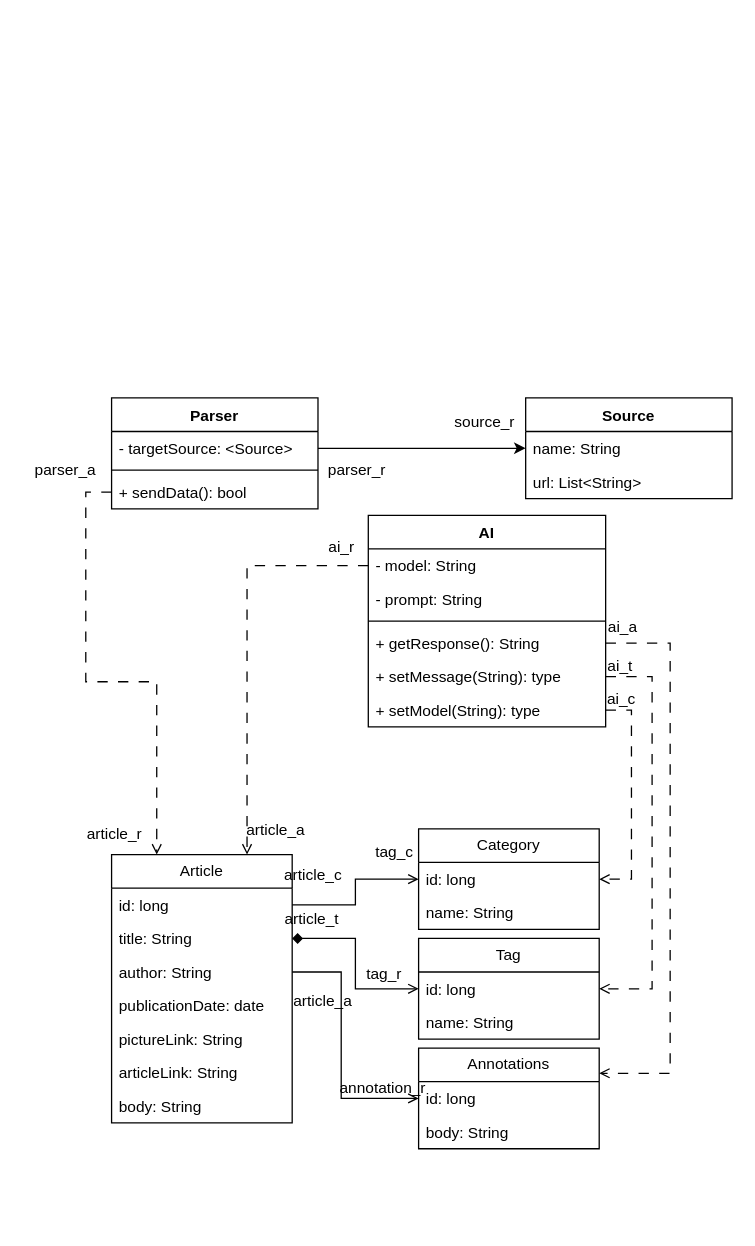
Before: Диаграммы/ClassDiagram.drawio in 0hJonny/Diplom_60701_, a draw.io diagram. Source tidied: cells renumbered, new cells numbered last; positions are measured from the earlier drawing's top-left corner, leaving out a move shared by most shapes. Both pictures are drawn from the tidied source at 129%, with x=0, y=0 at pixel (22, 397).
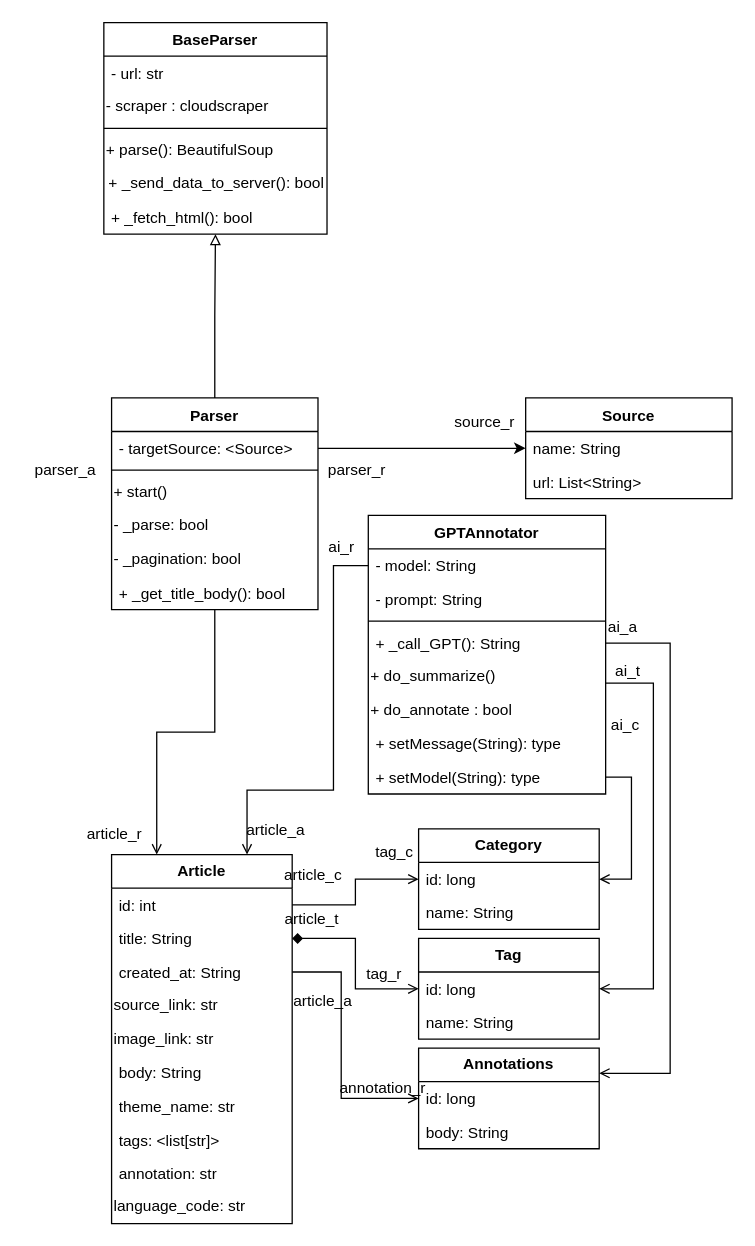
Above is the later version.

The change refers to these unchanged cells:
```xml
<mxCell id="11" value="id: long" style="text;strokeColor=none;fillColor=none;align=left;verticalAlign=top;spacingLeft=4;spacingRight=4;overflow=hidden;points=[[0,0.5],[1,0.5]];portConstraint=eastwest;whiteSpace=wrap;html=1;" parent="10" vertex="1">
  <mxGeometry y="26" width="140" height="26" as="geometry" />
</mxCell>
<mxCell id="14" value="id: long" style="text;strokeColor=none;fillColor=none;align=left;verticalAlign=top;spacingLeft=4;spacingRight=4;overflow=hidden;points=[[0,0.5],[1,0.5]];portConstraint=eastwest;whiteSpace=wrap;html=1;" parent="13" vertex="1">
  <mxGeometry y="26" width="140" height="26" as="geometry" />
</mxCell>
<mxCell id="24" value="- model: String" style="text;strokeColor=none;fillColor=none;align=left;verticalAlign=top;spacingLeft=4;spacingRight=4;overflow=hidden;points=[[0,0.5],[1,0.5]];portConstraint=eastwest;whiteSpace=wrap;html=1;" parent="23" vertex="1">
  <mxGeometry y="26" width="184" height="26" as="geometry" />
</mxCell>
```

The edit, as a diff of the source:
```diff
@@
-    <mxCell id="2" value="Article" style="swimlane;fontStyle=0;horizontal=1;startSize=26;fillColor=none;whiteSpace=wrap;html=1;" parent="1" vertex="1">
-      <mxGeometry x="69" y="354" width="140" height="208" as="geometry" />
+    <mxCell id="2" value="&lt;b&gt;Article&lt;/b&gt;" style="swimlane;fontStyle=0;horizontal=1;startSize=26;fillColor=none;whiteSpace=wrap;html=1;" parent="1" vertex="1">
+      <mxGeometry x="69" y="354" width="140" height="286" as="geometry" />
     </mxCell>
-    <mxCell id="3" value="id: long" style="text;strokeColor=none;fillColor=none;align=left;verticalAlign=top;spacingLeft=4;spacingRight=4;overflow=hidden;points=[[0,0.5],[1,0.5]];portConstraint=eastwest;whiteSpace=wrap;html=1;" parent="2" vertex="1">
+    <mxCell id="3" value="id: int" style="text;strokeColor=none;fillColor=none;align=left;verticalAlign=top;spacingLeft=4;spacingRight=4;overflow=hidden;points=[[0,0.5],[1,0.5]];portConstraint=eastwest;whiteSpace=wrap;html=1;" parent="2" vertex="1">
       <mxGeometry y="26" width="140" height="26" as="geometry" />
     </mxCell>
@@
-    <mxCell id="5" value="author: String" style="text;strokeColor=none;fillColor=none;align=left;verticalAlign=top;spacingLeft=4;spacingRight=4;overflow=hidden;points=[[0,0.5],[1,0.5]];portConstraint=eastwest;whiteSpace=wrap;html=1;" parent="2" vertex="1">
+    <mxCell id="5" value="created_at: String" style="text;strokeColor=none;fillColor=none;align=left;verticalAlign=top;spacingLeft=4;spacingRight=4;overflow=hidden;points=[[0,0.5],[1,0.5]];portConstraint=eastwest;whiteSpace=wrap;html=1;" parent="2" vertex="1">
       <mxGeometry y="78" width="140" height="26" as="geometry" />
     </mxCell>
+    <mxCell id="57" value="source_link: str" style="text;html=1;align=left;verticalAlign=middle;strokeColor=none;fillColor=none;" parent="2" vertex="1">
+      <mxGeometry y="104" width="140" height="26" as="geometry" />
+    </mxCell>
+    <mxCell id="58" value="image_link: str" style="text;html=1;align=left;verticalAlign=middle;strokeColor=none;fillColor=none;" parent="2" vertex="1">
+      <mxGeometry y="130" width="140" height="26" as="geometry" />
+    </mxCell>
+    <mxCell id="9" value="body: String" style="text;strokeColor=none;fillColor=none;align=left;verticalAlign=top;spacingLeft=4;spacingRight=4;overflow=hidden;whiteSpace=wrap;html=1;" parent="2" vertex="1">
+      <mxGeometry y="156" width="140" height="26" as="geometry" />
+    </mxCell>
-    <mxCell id="6" value="publicationDate: date" style="text;strokeColor=none;fillColor=none;align=left;verticalAlign=top;spacingLeft=4;spacingRight=4;overflow=hidden;whiteSpace=wrap;html=1;" parent="2" vertex="1">
-      <mxGeometry y="104" width="140" height="26" as="geometry" />
+    <mxCell id="6" value="theme_name: str" style="text;strokeColor=none;fillColor=none;align=left;verticalAlign=top;spacingLeft=4;spacingRight=4;overflow=hidden;whiteSpace=wrap;html=1;" parent="2" vertex="1">
+      <mxGeometry y="182" width="140" height="26" as="geometry" />
     </mxCell>
-    <mxCell id="7" value="pictureLink: String" style="text;strokeColor=none;fillColor=none;align=left;verticalAlign=top;spacingLeft=4;spacingRight=4;overflow=hidden;whiteSpace=wrap;html=1;" parent="2" vertex="1">
-      <mxGeometry y="130" width="140" height="26" as="geometry" />
+    <mxCell id="7" value="tags: &amp;lt;list[str]&amp;gt;" style="text;strokeColor=none;fillColor=none;align=left;verticalAlign=top;spacingLeft=4;spacingRight=4;overflow=hidden;whiteSpace=wrap;html=1;" parent="2" vertex="1">
+      <mxGeometry y="208" width="140" height="26" as="geometry" />
     </mxCell>
-    <mxCell id="8" value="articleLink: String" style="text;strokeColor=none;fillColor=none;align=left;verticalAlign=top;spacingLeft=4;spacingRight=4;overflow=hidden;whiteSpace=wrap;html=1;" parent="2" vertex="1">
-      <mxGeometry y="156" width="140" height="26" as="geometry" />
+    <mxCell id="8" value="annotation: str" style="text;strokeColor=none;fillColor=none;align=left;verticalAlign=top;spacingLeft=4;spacingRight=4;overflow=hidden;whiteSpace=wrap;html=1;" parent="2" vertex="1">
+      <mxGeometry y="234" width="140" height="26" as="geometry" />
     </mxCell>
-    <mxCell id="9" value="body: String" style="text;strokeColor=none;fillColor=none;align=left;verticalAlign=top;spacingLeft=4;spacingRight=4;overflow=hidden;whiteSpace=wrap;html=1;" parent="2" vertex="1">
-      <mxGeometry y="182" width="140" height="26" as="geometry" />
-    </mxCell>
+    <mxCell id="59" value="language_code: str" style="text;html=1;align=left;verticalAlign=middle;strokeColor=none;fillColor=none;" parent="2" vertex="1">
+      <mxGeometry y="260" width="140" height="26" as="geometry" />
+    </mxCell>
-    <mxCell id="10" value="Category" style="swimlane;fontStyle=0;horizontal=1;startSize=26;fillColor=none;whiteSpace=wrap;html=1;" parent="1" vertex="1">
+    <mxCell id="10" value="&lt;b&gt;Category&lt;/b&gt;" style="swimlane;fontStyle=0;horizontal=1;startSize=26;fillColor=none;whiteSpace=wrap;html=1;" parent="1" vertex="1">
       <mxGeometry x="307" y="334" width="140" height="78" as="geometry" />
     </mxCell>
@@
-    <mxCell id="13" value="Tag" style="swimlane;fontStyle=0;horizontal=1;startSize=26;fillColor=none;whiteSpace=wrap;html=1;" parent="1" vertex="1">
+    <mxCell id="13" value="&lt;b&gt;Tag&lt;/b&gt;" style="swimlane;fontStyle=0;horizontal=1;startSize=26;fillColor=none;whiteSpace=wrap;html=1;" parent="1" vertex="1">
       <mxGeometry x="307" y="419" width="140" height="78" as="geometry" />
     </mxCell>
@@
-    <mxCell id="16" value="Annotations" style="swimlane;fontStyle=0;horizontal=1;startSize=26;fillColor=none;whiteSpace=wrap;html=1;" parent="1" vertex="1">
+    <mxCell id="16" value="&lt;b&gt;Annotations&lt;/b&gt;" style="swimlane;fontStyle=0;horizontal=1;startSize=26;fillColor=none;whiteSpace=wrap;html=1;" parent="1" vertex="1">
       <mxGeometry x="307" y="504" width="140" height="78" as="geometry" />
     </mxCell>
@@
-    <mxCell id="22" style="edgeStyle=orthogonalEdgeStyle;rounded=0;jettySize=auto;html=1;entryX=0.75;entryY=0;entryDx=0;entryDy=0;endArrow=open;endFill=0;exitX=0;exitY=0.5;exitDx=0;exitDy=0;dashed=1;dashPattern=8 8;" parent="1" edge="1" source="24" target="2">
-      <mxGeometry relative="1" as="geometry" />
+    <mxCell id="22" style="edgeStyle=orthogonalEdgeStyle;rounded=0;jettySize=auto;html=1;entryX=0.75;entryY=0;entryDx=0;entryDy=0;endArrow=open;endFill=0;exitX=0;exitY=0.5;exitDx=0;exitDy=0;" parent="1" edge="1" source="24" target="2">
+      <mxGeometry relative="1" as="geometry">
+        <Array as="points">
+          <mxPoint x="241" y="130" />
+          <mxPoint x="241" y="304" />
+          <mxPoint x="174" y="304" />
+        </Array>
+      </mxGeometry>
     </mxCell>
-    <mxCell id="23" value="AI" style="swimlane;fontStyle=1;align=center;verticalAlign=top;horizontal=1;startSize=26;whiteSpace=wrap;html=1;" parent="1" vertex="1">
-      <mxGeometry x="268" y="91" width="184" height="164" as="geometry" />
+    <mxCell id="23" value="GPTAnnotator" style="swimlane;fontStyle=1;align=center;verticalAlign=top;horizontal=1;startSize=26;whiteSpace=wrap;html=1;" parent="1" vertex="1">
+      <mxGeometry x="268" y="91" width="184" height="216" as="geometry" />
     </mxCell>
@@
-    <mxCell id="27" value="+ getResponse(&lt;span style=&quot;background-color: initial;&quot;&gt;): String&lt;/span&gt;" style="text;strokeColor=none;fillColor=none;align=left;verticalAlign=top;spacingLeft=4;spacingRight=4;overflow=hidden;points=[[0,0.5],[1,0.5]];portConstraint=eastwest;whiteSpace=wrap;html=1;" parent="23" vertex="1">
+    <mxCell id="27" value="+ _call_GPT(&lt;span style=&quot;background-color: initial;&quot;&gt;): String&lt;/span&gt;" style="text;strokeColor=none;fillColor=none;align=left;verticalAlign=top;spacingLeft=4;spacingRight=4;overflow=hidden;points=[[0,0.5],[1,0.5]];portConstraint=eastwest;whiteSpace=wrap;html=1;" parent="23" vertex="1">
       <mxGeometry y="86" width="184" height="26" as="geometry" />
     </mxCell>
+    <mxCell id="60" value="+ do_summarize()" style="text;html=1;align=left;verticalAlign=middle;strokeColor=none;fillColor=none;" parent="23" vertex="1">
+      <mxGeometry y="112" width="184" height="26" as="geometry" />
+    </mxCell>
+    <mxCell id="61" value="+ do_annotate : bool" style="text;html=1;align=left;verticalAlign=middle;strokeColor=none;fillColor=none;" parent="23" vertex="1">
+      <mxGeometry y="138" width="184" height="26" as="geometry" />
+    </mxCell>
     <mxCell id="28" value="+&amp;nbsp;setMessage(String&lt;span style=&quot;background-color: initial;&quot;&gt;): type&lt;/span&gt;" style="text;strokeColor=none;fillColor=none;align=left;verticalAlign=top;spacingLeft=4;spacingRight=4;overflow=hidden;points=[[0,0.5],[1,0.5]];portConstraint=eastwest;whiteSpace=wrap;html=1;" parent="23" vertex="1">
-      <mxGeometry y="112" width="184" height="26" as="geometry" />
+      <mxGeometry y="164" width="184" height="26" as="geometry" />
     </mxCell>
     <mxCell id="29" value="+ setModel(String&lt;span style=&quot;background-color: initial;&quot;&gt;): type&lt;/span&gt;" style="text;strokeColor=none;fillColor=none;align=left;verticalAlign=top;spacingLeft=4;spacingRight=4;overflow=hidden;points=[[0,0.5],[1,0.5]];portConstraint=eastwest;whiteSpace=wrap;html=1;" parent="23" vertex="1">
-      <mxGeometry y="138" width="184" height="26" as="geometry" />
+      <mxGeometry y="190" width="184" height="26" as="geometry" />
     </mxCell>
+    <mxCell id="62" style="edgeStyle=orthogonalEdgeStyle;rounded=0;jettySize=auto;html=1;endArrow=block;endFill=0;" parent="1" edge="1" source="30" target="66">
+      <mxGeometry relative="1" as="geometry" />
+    </mxCell>
     <mxCell id="30" value="Parser" style="swimlane;fontStyle=1;align=center;verticalAlign=top;horizontal=1;startSize=26;whiteSpace=wrap;html=1;" parent="1" vertex="1">
-      <mxGeometry x="69" width="160" height="86" as="geometry" />
+      <mxGeometry x="69" width="160" height="164" as="geometry" />
     </mxCell>
@@
+    <mxCell id="63" value="+ start()" style="text;html=1;align=left;verticalAlign=middle;strokeColor=none;fillColor=none;" parent="30" vertex="1">
+      <mxGeometry y="60" width="160" height="26" as="geometry" />
+    </mxCell>
+    <mxCell id="64" value="-&lt;span style=&quot;background-color: initial;&quot;&gt;&amp;nbsp;_parse: bool&lt;/span&gt;" style="text;html=1;align=left;verticalAlign=middle;strokeColor=none;fillColor=none;" parent="30" vertex="1">
+      <mxGeometry y="86" width="160" height="26" as="geometry" />
+    </mxCell>
+    <mxCell id="65" value="- _pagination: bool" style="text;html=1;align=left;verticalAlign=middle;strokeColor=none;fillColor=none;" parent="30" vertex="1">
+      <mxGeometry y="112" width="160" height="26" as="geometry" />
+    </mxCell>
-    <mxCell id="33" value="+ sendData(): bool" style="text;strokeColor=none;fillColor=none;align=left;verticalAlign=top;spacingLeft=4;spacingRight=4;overflow=hidden;points=[[0,0.5],[1,0.5]];portConstraint=eastwest;whiteSpace=wrap;html=1;" parent="30" vertex="1">
-      <mxGeometry y="60" width="160" height="26" as="geometry" />
+    <mxCell id="33" value="+ _get_title_body(): bool&lt;div&gt;&lt;br&gt;&lt;/div&gt;" style="text;strokeColor=none;fillColor=none;align=left;verticalAlign=top;spacingLeft=4;spacingRight=4;overflow=hidden;points=[[0,0.5],[1,0.5]];portConstraint=eastwest;whiteSpace=wrap;html=1;" parent="30" vertex="1">
+      <mxGeometry y="138" width="160" height="26" as="geometry" />
     </mxCell>
@@
-    <mxCell id="38" style="edgeStyle=orthogonalEdgeStyle;rounded=0;jettySize=auto;html=1;exitX=1;exitY=0.5;exitDx=0;exitDy=0;entryX=1;entryY=0.5;entryDx=0;entryDy=0;endArrow=open;endFill=0;dashed=1;dashPattern=8 8;" parent="1" edge="1" source="29" target="11">
+    <mxCell id="38" style="edgeStyle=orthogonalEdgeStyle;rounded=0;jettySize=auto;html=1;exitX=1;exitY=0.5;exitDx=0;exitDy=0;entryX=1;entryY=0.5;entryDx=0;entryDy=0;endArrow=open;endFill=0;" parent="1" edge="1" source="29" target="11">
       <mxGeometry relative="1" as="geometry" />
     </mxCell>
-    <mxCell id="39" style="edgeStyle=orthogonalEdgeStyle;rounded=0;jettySize=auto;html=1;entryX=1;entryY=0.5;entryDx=0;entryDy=0;endArrow=open;endFill=0;dashed=1;dashPattern=8 8;" parent="1" edge="1" source="28" target="14">
-      <mxGeometry relative="1" as="geometry">
-        <Array as="points">
-          <mxPoint x="488" y="216" />
-          <mxPoint x="488" y="458" />
-        </Array>
-      </mxGeometry>
-    </mxCell>
-    <mxCell id="40" style="edgeStyle=orthogonalEdgeStyle;rounded=0;jettySize=auto;html=1;entryX=1;entryY=0.25;entryDx=0;entryDy=0;endArrow=open;endFill=0;dashed=1;dashPattern=8 8;" parent="1" edge="1" source="27" target="16">
+    <mxCell id="40" style="edgeStyle=orthogonalEdgeStyle;rounded=0;jettySize=auto;html=1;entryX=1;entryY=0.25;entryDx=0;entryDy=0;endArrow=open;endFill=0;" parent="1" edge="1" source="27" target="16">
       <mxGeometry relative="1" as="geometry">
         <Array as="points">
           <mxPoint x="502" y="190" />
           <mxPoint x="502" y="523" />
         </Array>
       </mxGeometry>
     </mxCell>
-    <mxCell id="41" style="edgeStyle=orthogonalEdgeStyle;rounded=0;jettySize=auto;html=1;entryX=0.25;entryY=0;entryDx=0;entryDy=0;endArrow=open;endFill=0;dashed=1;dashPattern=8 8;" parent="1" edge="1" source="33" target="2">
+    <mxCell id="41" style="edgeStyle=orthogonalEdgeStyle;rounded=0;jettySize=auto;html=1;entryX=0.25;entryY=0;entryDx=0;entryDy=0;endArrow=open;endFill=0;" parent="1" edge="1" source="30" target="2">
       <mxGeometry relative="1" as="geometry" />
     </mxCell>
@@
     <mxCell id="51" value="ai_c" style="text;html=1;align=center;verticalAlign=middle;strokeColor=none;fillColor=none;" parent="1" vertex="1">
-      <mxGeometry x="444" y="221" width="40" height="26" as="geometry" />
+      <mxGeometry x="447" y="241" width="40" height="26" as="geometry" />
     </mxCell>
     <mxCell id="52" value="ai_t" style="text;html=1;align=center;verticalAlign=middle;strokeColor=none;fillColor=none;" parent="1" vertex="1">
-      <mxGeometry x="444" y="195" width="37" height="26" as="geometry" />
+      <mxGeometry x="450" y="199" width="37" height="26" as="geometry" />
     </mxCell>
@@
+    <mxCell id="66" value="BaseParser" style="swimlane;fontStyle=1;align=center;verticalAlign=top;horizontal=1;startSize=26;whiteSpace=wrap;html=1;" parent="1" vertex="1">
+      <mxGeometry x="63" y="-291" width="173" height="164" as="geometry" />
+    </mxCell>
+    <mxCell id="67" value="- url: str" style="text;strokeColor=none;fillColor=none;align=left;verticalAlign=top;spacingLeft=4;spacingRight=4;overflow=hidden;whiteSpace=wrap;html=1;" parent="66" vertex="1">
+      <mxGeometry y="26" width="173" height="26" as="geometry" />
+    </mxCell>
+    <mxCell id="68" value="- scraper :&amp;nbsp;cloudscraper&amp;nbsp;" style="text;html=1;align=left;verticalAlign=middle;strokeColor=none;fillColor=none;" parent="66" vertex="1">
+      <mxGeometry y="52" width="173" height="26" as="geometry" />
+    </mxCell>
+    <mxCell id="69" style="line;strokeWidth=1;fillColor=none;align=left;verticalAlign=middle;spacingTop=-1;spacingLeft=3;spacingRight=3;labelPosition=right;strokeColor=inherit;" parent="66" vertex="1">
+      <mxGeometry y="78" width="173" height="8" as="geometry" />
+    </mxCell>
+    <mxCell id="70" value="+ parse():&amp;nbsp;BeautifulSoup" style="text;html=1;align=left;verticalAlign=middle;strokeColor=none;fillColor=none;" parent="66" vertex="1">
+      <mxGeometry y="86" width="173" height="26" as="geometry" />
+    </mxCell>
+    <mxCell id="71" value="+&amp;nbsp;_send_data_to_server(): bool" style="text;html=1;align=center;verticalAlign=middle;strokeColor=none;fillColor=none;" parent="66" vertex="1">
+      <mxGeometry y="112" width="173" height="26" as="geometry" />
+    </mxCell>
+    <mxCell id="72" value="+ _fetch_html(): bool" style="text;strokeColor=none;fillColor=none;align=left;verticalAlign=top;spacingLeft=4;spacingRight=4;overflow=hidden;whiteSpace=wrap;html=1;" parent="66" vertex="1">
+      <mxGeometry y="138" width="173" height="26" as="geometry" />
+    </mxCell>
+    <mxCell id="73" style="edgeStyle=orthogonalEdgeStyle;rounded=0;jettySize=auto;html=1;entryX=1;entryY=0.5;entryDx=0;entryDy=0;endArrow=open;endFill=0;" parent="1" edge="1" source="23" target="14">
+      <mxGeometry relative="1" as="geometry">
+        <Array as="points">
+          <mxPoint x="489" y="221" />
+          <mxPoint x="489" y="458" />
+        </Array>
+      </mxGeometry>
+    </mxCell>
```
